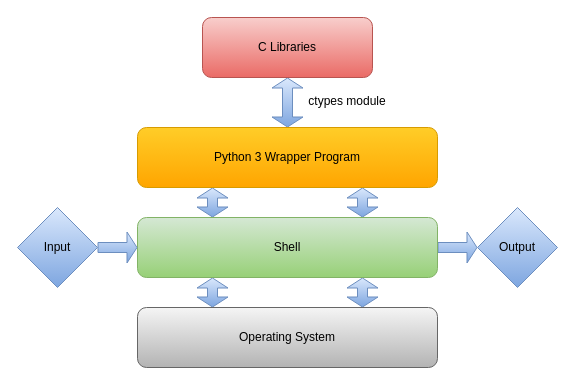
This is thesis/thesis/data/figures/stack.drawio from jp-berg/AES, a draw.io file, before an edit. Source tidied: cells renumbered, new cells numbered last; positions are measured from the earlier drawing's top-left corner, leaving out a move shared by most shapes. Both pictures are drawn from the tidied source at 100%, with x=0, y=0 at pixel (17, 17).
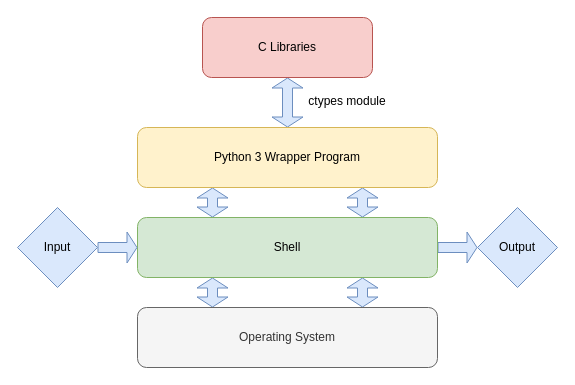
Above is the later version.

Diff of the diagram source:
```diff
@@
 <mxGraphModel>
   <root>
     <mxCell id="0" />
     <mxCell id="1" parent="0" />
-    <mxCell id="2" style="edgeStyle=orthogonalEdgeStyle;rounded=0;jettySize=auto;html=1;exitX=0.25;exitY=0;exitDx=0;exitDy=0;entryX=0.25;entryY=1;entryDx=0;entryDy=0;shape=flexArrow;startArrow=block;startSize=3;endSize=3;gradientColor=#7ea6e0;fillColor=#dae8fc;strokeColor=#6c8ebf;" parent="1" edge="1" source="4" target="8">
+    <mxCell id="2" style="edgeStyle=orthogonalEdgeStyle;rounded=0;jettySize=auto;html=1;exitX=0.25;exitY=0;exitDx=0;exitDy=0;entryX=0.25;entryY=1;entryDx=0;entryDy=0;shape=flexArrow;startArrow=block;startSize=3;endSize=3;fillColor=#dae8fc;strokeColor=#6c8ebf;" parent="1" edge="1" source="4" target="8">
       <mxGeometry relative="1" as="geometry" />
     </mxCell>
-    <mxCell id="3" style="edgeStyle=orthogonalEdgeStyle;shape=flexArrow;rounded=0;jettySize=auto;html=1;exitX=0.75;exitY=0;exitDx=0;exitDy=0;entryX=0.75;entryY=1;entryDx=0;entryDy=0;startArrow=block;startSize=3;endSize=3;gradientColor=#7ea6e0;fillColor=#dae8fc;strokeColor=#6c8ebf;" parent="1" edge="1" source="4" target="8">
+    <mxCell id="3" style="edgeStyle=orthogonalEdgeStyle;shape=flexArrow;rounded=0;jettySize=auto;html=1;exitX=0.75;exitY=0;exitDx=0;exitDy=0;entryX=0.75;entryY=1;entryDx=0;entryDy=0;startArrow=block;startSize=3;endSize=3;fillColor=#dae8fc;strokeColor=#6c8ebf;" parent="1" edge="1" source="4" target="8">
       <mxGeometry relative="1" as="geometry" />
     </mxCell>
-    <mxCell id="4" value="Operating System" style="rounded=1;whiteSpace=wrap;html=1;gradientColor=#b3b3b3;fillColor=#f5f5f5;strokeColor=#666666;" parent="1" vertex="1">
+    <mxCell id="4" value="Operating System" style="rounded=1;whiteSpace=wrap;html=1;fillColor=#f5f5f5;strokeColor=#666666;fontColor=#333333;" parent="1" vertex="1">
       <mxGeometry x="120" y="290" width="300" height="60" as="geometry" />
     </mxCell>
-    <mxCell id="5" style="edgeStyle=orthogonalEdgeStyle;shape=flexArrow;rounded=0;jettySize=auto;html=1;exitX=0.25;exitY=0;exitDx=0;exitDy=0;entryX=0.25;entryY=1;entryDx=0;entryDy=0;startArrow=block;startSize=3;endSize=3;gradientColor=#7ea6e0;fillColor=#dae8fc;strokeColor=#6c8ebf;" parent="1" edge="1" source="8" target="10">
+    <mxCell id="5" style="edgeStyle=orthogonalEdgeStyle;shape=flexArrow;rounded=0;jettySize=auto;html=1;exitX=0.25;exitY=0;exitDx=0;exitDy=0;entryX=0.25;entryY=1;entryDx=0;entryDy=0;startArrow=block;startSize=3;endSize=3;fillColor=#dae8fc;strokeColor=#6c8ebf;" parent="1" edge="1" source="8" target="10">
       <mxGeometry relative="1" as="geometry" />
     </mxCell>
-    <mxCell id="6" style="edgeStyle=orthogonalEdgeStyle;shape=flexArrow;rounded=0;jettySize=auto;html=1;exitX=0.75;exitY=0;exitDx=0;exitDy=0;entryX=0.75;entryY=1;entryDx=0;entryDy=0;startArrow=block;startSize=3;endSize=3;gradientColor=#7ea6e0;fillColor=#dae8fc;strokeColor=#6c8ebf;" parent="1" edge="1" source="8" target="10">
+    <mxCell id="6" style="edgeStyle=orthogonalEdgeStyle;shape=flexArrow;rounded=0;jettySize=auto;html=1;exitX=0.75;exitY=0;exitDx=0;exitDy=0;entryX=0.75;entryY=1;entryDx=0;entryDy=0;startArrow=block;startSize=3;endSize=3;fillColor=#dae8fc;strokeColor=#6c8ebf;" parent="1" edge="1" source="8" target="10">
       <mxGeometry relative="1" as="geometry" />
     </mxCell>
-    <mxCell id="7" style="edgeStyle=orthogonalEdgeStyle;shape=flexArrow;rounded=0;jettySize=auto;html=1;exitX=1;exitY=0.5;exitDx=0;exitDy=0;entryX=0;entryY=0.5;entryDx=0;entryDy=0;startArrow=none;startFill=0;startSize=3;endSize=3;gradientColor=#7ea6e0;fillColor=#dae8fc;strokeColor=#6c8ebf;" parent="1" edge="1" source="8" target="14">
+    <mxCell id="7" style="edgeStyle=orthogonalEdgeStyle;shape=flexArrow;rounded=0;jettySize=auto;html=1;exitX=1;exitY=0.5;exitDx=0;exitDy=0;entryX=0;entryY=0.5;entryDx=0;entryDy=0;startArrow=none;startFill=0;startSize=3;endSize=3;fillColor=#dae8fc;strokeColor=#6c8ebf;" parent="1" edge="1" source="8" target="14">
       <mxGeometry relative="1" as="geometry" />
     </mxCell>
-    <mxCell id="8" value="Shell" style="rounded=1;whiteSpace=wrap;html=1;gradientColor=#97d077;fillColor=#d5e8d4;strokeColor=#82b366;" parent="1" vertex="1">
+    <mxCell id="8" value="Shell" style="rounded=1;whiteSpace=wrap;html=1;fillColor=#d5e8d4;strokeColor=#82b366;" parent="1" vertex="1">
       <mxGeometry x="120" y="200" width="300" height="60" as="geometry" />
     </mxCell>
-    <mxCell id="9" style="edgeStyle=orthogonalEdgeStyle;shape=flexArrow;rounded=0;jettySize=auto;html=1;exitX=0.5;exitY=0;exitDx=0;exitDy=0;entryX=0.5;entryY=1;entryDx=0;entryDy=0;startArrow=block;startFill=0;startSize=3;endSize=3;gradientColor=#7ea6e0;fillColor=#dae8fc;strokeColor=#6c8ebf;" parent="1" edge="1" source="10" target="11">
+    <mxCell id="9" style="edgeStyle=orthogonalEdgeStyle;shape=flexArrow;rounded=0;jettySize=auto;html=1;exitX=0.5;exitY=0;exitDx=0;exitDy=0;entryX=0.5;entryY=1;entryDx=0;entryDy=0;startArrow=block;startFill=0;startSize=3;endSize=3;fillColor=#dae8fc;strokeColor=#6c8ebf;" parent="1" edge="1" source="10" target="11">
       <mxGeometry relative="1" as="geometry" />
     </mxCell>
-    <mxCell id="10" value="Python 3 Wrapper Program" style="rounded=1;whiteSpace=wrap;html=1;gradientColor=#ffa500;fillColor=#ffcd28;strokeColor=#d79b00;" parent="1" vertex="1">
+    <mxCell id="10" value="Python 3 Wrapper Program" style="rounded=1;whiteSpace=wrap;html=1;fillColor=#fff2cc;strokeColor=#d6b656;" parent="1" vertex="1">
       <mxGeometry x="120" y="110" width="300" height="60" as="geometry" />
     </mxCell>
-    <mxCell id="11" value="C Libraries" style="rounded=1;whiteSpace=wrap;html=1;gradientColor=#ea6b66;fillColor=#f8cecc;strokeColor=#b85450;" parent="1" vertex="1">
+    <mxCell id="11" value="C Libraries" style="rounded=1;whiteSpace=wrap;html=1;fillColor=#f8cecc;strokeColor=#b85450;" parent="1" vertex="1">
       <mxGeometry x="185" width="170" height="60" as="geometry" />
     </mxCell>
-    <mxCell id="12" style="edgeStyle=orthogonalEdgeStyle;shape=flexArrow;rounded=0;jettySize=auto;html=1;exitX=1;exitY=0.5;exitDx=0;exitDy=0;entryX=0;entryY=0.5;entryDx=0;entryDy=0;startArrow=none;startSize=3;endSize=3;startFill=0;gradientColor=#7ea6e0;fillColor=#dae8fc;strokeColor=#6c8ebf;" parent="1" edge="1" source="13" target="8">
+    <mxCell id="12" style="edgeStyle=orthogonalEdgeStyle;shape=flexArrow;rounded=0;jettySize=auto;html=1;exitX=1;exitY=0.5;exitDx=0;exitDy=0;entryX=0;entryY=0.5;entryDx=0;entryDy=0;startArrow=none;startSize=3;endSize=3;startFill=0;fillColor=#dae8fc;strokeColor=#6c8ebf;" parent="1" edge="1" source="13" target="8">
       <mxGeometry relative="1" as="geometry" />
     </mxCell>
-    <mxCell id="13" value="Input" style="rhombus;whiteSpace=wrap;html=1;gradientColor=#7ea6e0;fillColor=#dae8fc;strokeColor=#6c8ebf;" parent="1" vertex="1">
+    <mxCell id="13" value="Input" style="rhombus;whiteSpace=wrap;html=1;fillColor=#dae8fc;strokeColor=#6c8ebf;" parent="1" vertex="1">
       <mxGeometry y="190" width="80" height="80" as="geometry" />
     </mxCell>
-    <mxCell id="14" value="Output" style="rhombus;whiteSpace=wrap;html=1;gradientColor=#7ea6e0;fillColor=#dae8fc;strokeColor=#6c8ebf;" parent="1" vertex="1">
+    <mxCell id="14" value="Output" style="rhombus;whiteSpace=wrap;html=1;fillColor=#dae8fc;strokeColor=#6c8ebf;" parent="1" vertex="1">
       <mxGeometry x="460" y="190" width="80" height="80" as="geometry" />
     </mxCell>
     <mxCell id="15" value="ctypes module" style="text;html=1;strokeColor=none;fillColor=none;align=center;verticalAlign=middle;whiteSpace=wrap;rounded=0;" parent="1" vertex="1">
       <mxGeometry x="280" y="74" width="100" height="20" as="geometry" />
     </mxCell>
   </root>
 </mxGraphModel>
```
